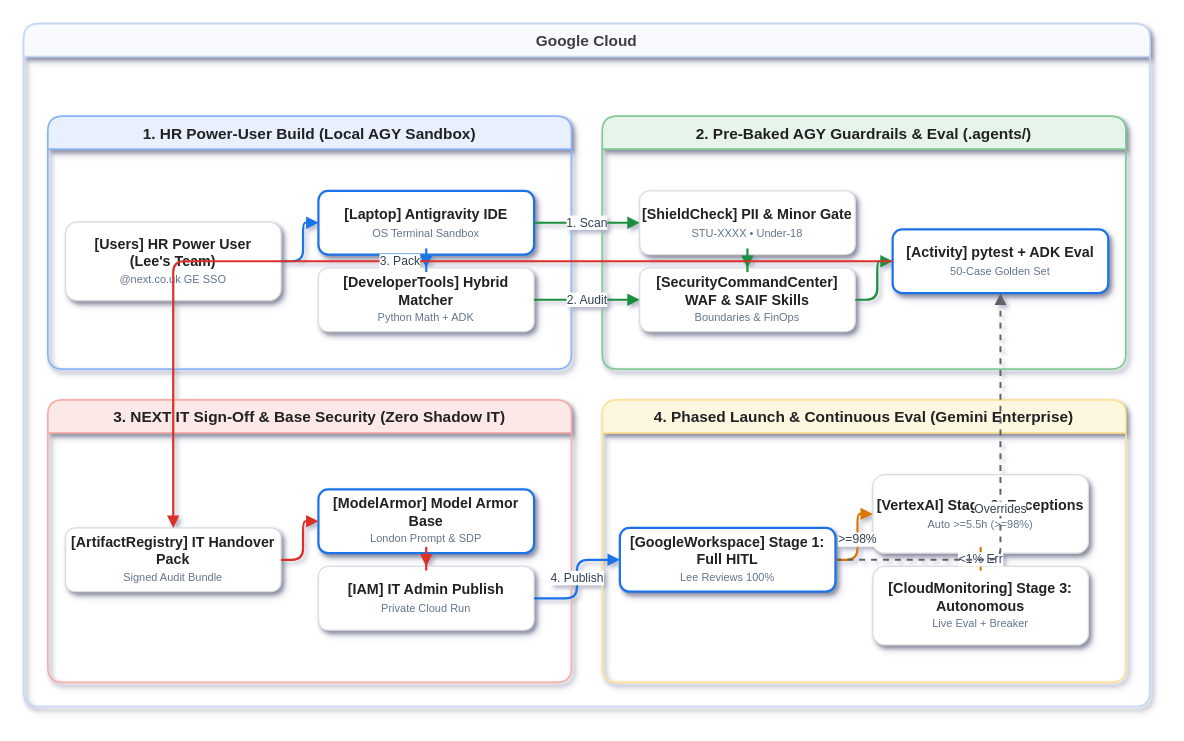
Above: diagrams/next_governance_pipeline.drawio in yenchau-google/talent-management (draw.io), before the change. Source tidied: cells renumbered, new cells numbered last; positions are measured from the earlier drawing's top-left corner, leaving out a move shared by most shapes. Both pictures are drawn from the tidied source at 110%, with x=0, y=0 at pixel (23, 23).
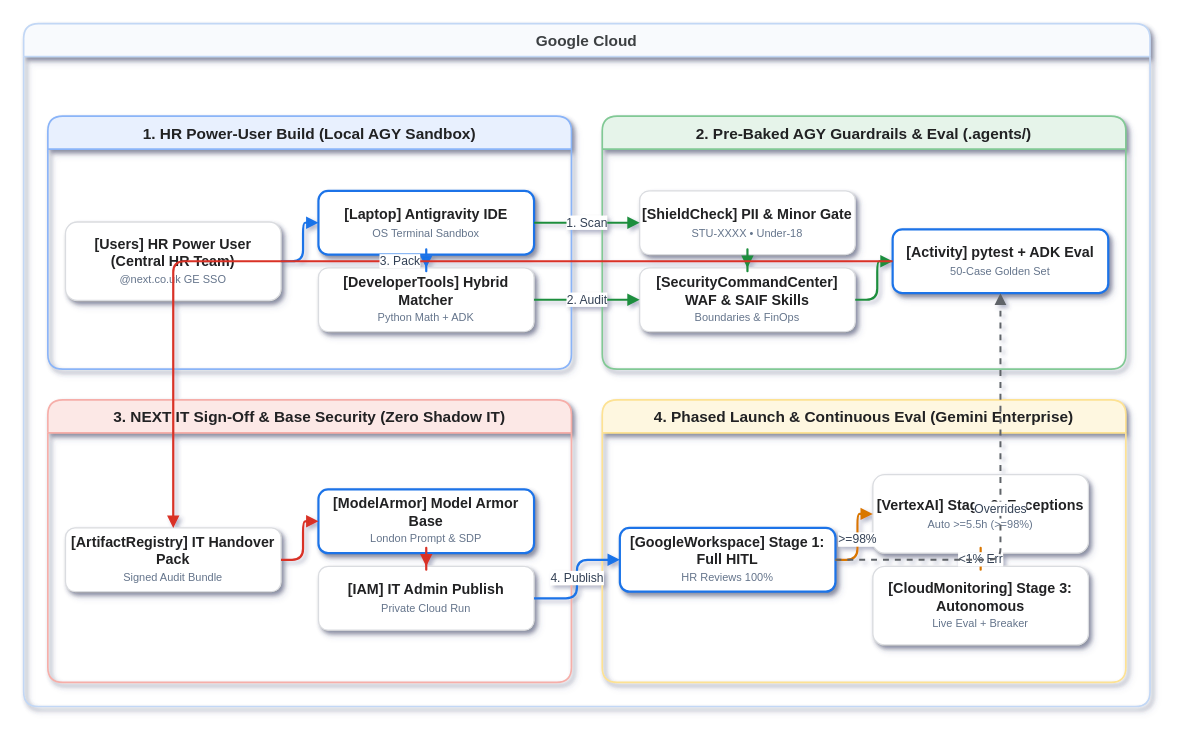
The same diagram, later.

Unchanged cells that the change refers to:
```xml
<mxCell id="3" value="1. HR Power-User Build (Local AGY Sandbox)" style="swimlane;fontStyle=1;horizontal=1;startSize=30;rounded=1;fillColor=#e8f0fe;strokeColor=#8ab4f8;strokeWidth=1.5;fontColor=#202124;fontSize=14;shadow=1;" parent="2" vertex="1">
  <mxGeometry x="22" y="84" width="476" height="230" as="geometry" />
</mxCell>
<mxCell id="9" value="4. Phased Launch &amp; Continuous Eval (Gemini Enterprise)" style="swimlane;fontStyle=1;horizontal=1;startSize=30;rounded=1;fillColor=#fef7e0;strokeColor=#fde293;strokeWidth=1.5;fontColor=#202124;fontSize=14;shadow=1;" parent="2" vertex="1">
  <mxGeometry x="526" y="342" width="476" height="256.8" as="geometry" />
</mxCell>
```

The edit, as a diff of the source:
```diff
@@
-    <mxCell id="11" value="&lt;b&gt;[Users] HR Power User&#10;(Lee's Team)&lt;/b&gt;&lt;br&gt;&lt;font color='#64748B' size='1'&gt;@next.co.uk GE SSO&lt;/font&gt;" style="rounded=1;arcSize=15;whiteSpace=wrap;html=1;fillColor=#ffffff;strokeColor=#dadce0;strokeWidth=1.2;fontColor=#202124;fontSize=13;shadow=1;" parent="3" vertex="1">
+    <mxCell id="11" value="&lt;b&gt;[Users] HR Power User&#10;(Central HR Team)&lt;/b&gt;&lt;br&gt;&lt;font color='#64748B' size='1'&gt;@next.co.uk GE SSO&lt;/font&gt;" style="rounded=1;arcSize=15;whiteSpace=wrap;html=1;fillColor=#ffffff;strokeColor=#dadce0;strokeWidth=1.2;fontColor=#202124;fontSize=13;shadow=1;" parent="3" vertex="1">
       <mxGeometry x="16" y="96.3" width="196" height="71.4" as="geometry" />
     </mxCell>
@@
-    <mxCell id="20" value="&lt;b&gt;[GoogleWorkspace] Stage 1: Full HITL&lt;/b&gt;&lt;br&gt;&lt;font color='#64748B' size='1'&gt;Lee Reviews 100%&lt;/font&gt;" style="rounded=1;arcSize=15;whiteSpace=wrap;html=1;fillColor=#ffffff;strokeColor=#1a73e8;strokeWidth=2;fontColor=#202124;fontSize=13;shadow=1;" parent="9" vertex="1">
+    <mxCell id="20" value="&lt;b&gt;[GoogleWorkspace] Stage 1: Full HITL&lt;/b&gt;&lt;br&gt;&lt;font color='#64748B' size='1'&gt;HR Reviews 100%&lt;/font&gt;" style="rounded=1;arcSize=15;whiteSpace=wrap;html=1;fillColor=#ffffff;strokeColor=#1a73e8;strokeWidth=2;fontColor=#202124;fontSize=13;shadow=1;" parent="9" vertex="1">
       <mxGeometry x="16" y="116.4" width="196" height="58" as="geometry" />
     </mxCell>
```
